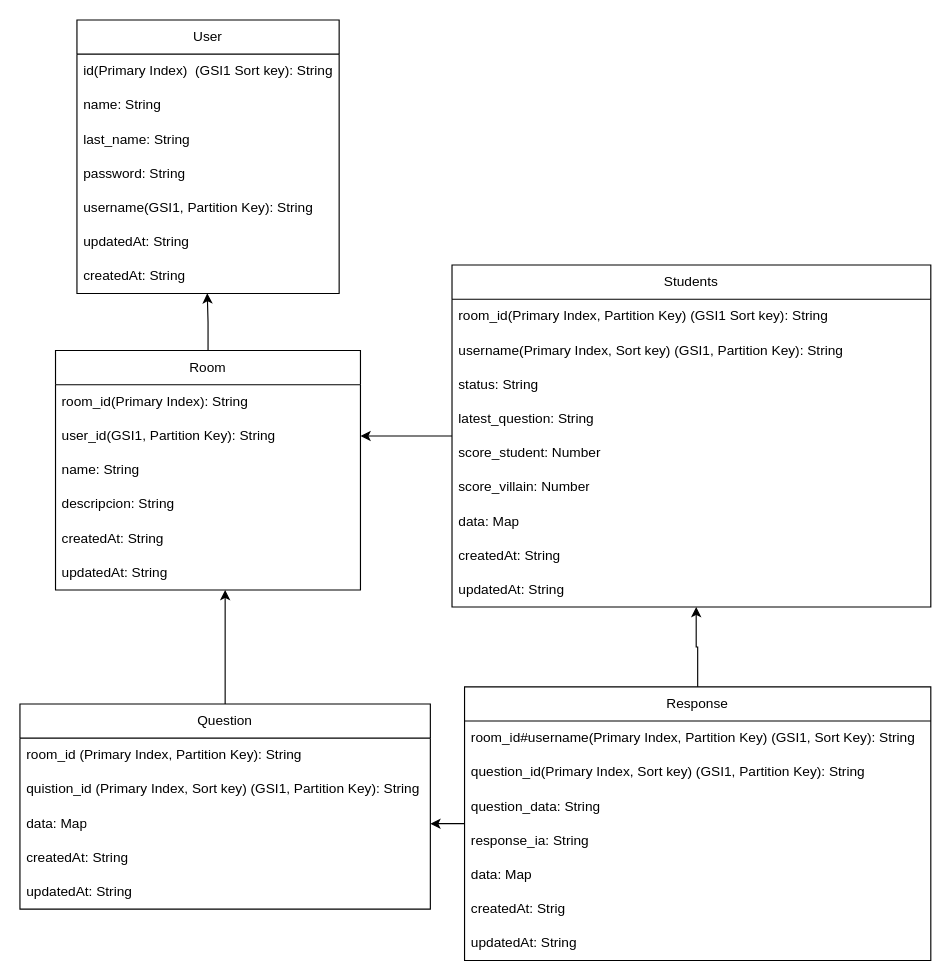
Before: page "Página-3" (3 of 6) of archivos_extras/ArquitecturaBack.drawio in jhimyj/Aula360, a draw.io diagram. Source tidied: cells renumbered, new cells numbered last; positions are measured from the earlier drawing's top-left corner, leaving out a move shared by most shapes. Both pictures are drawn from the tidied source at 114%, with x=0, y=0 at pixel (19, 19).
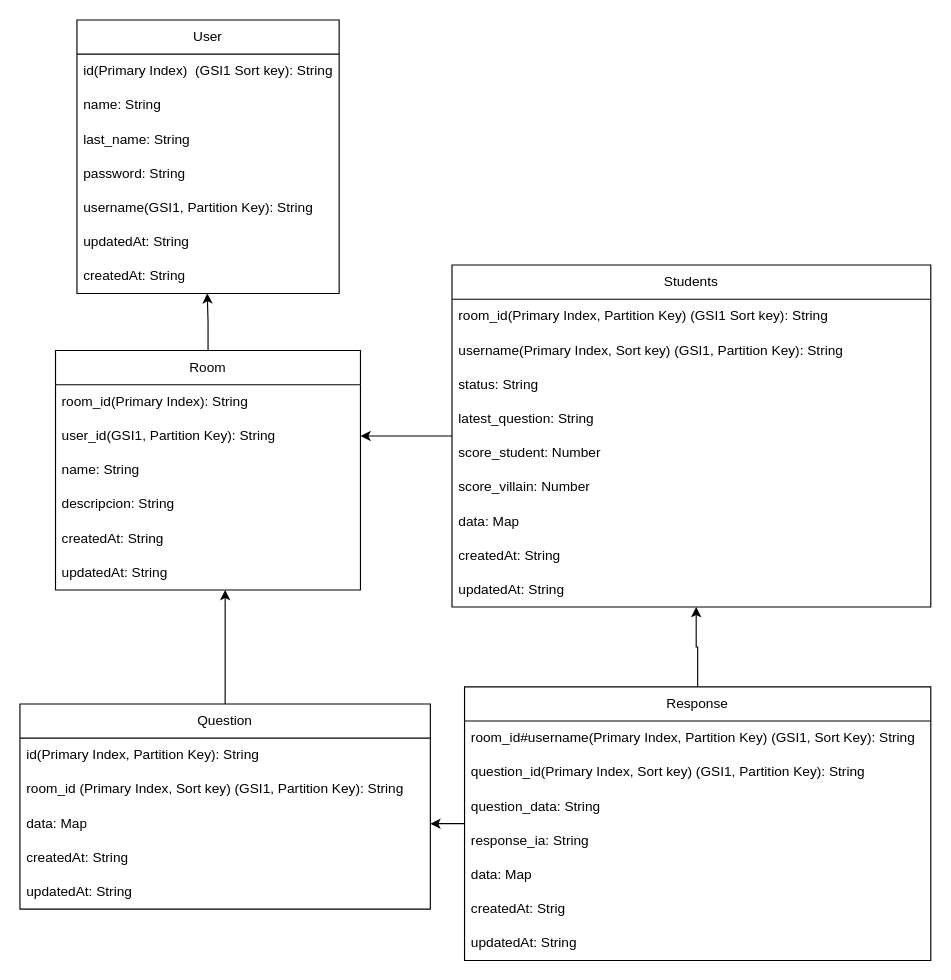
After the change.

The change refers to these unchanged cells:
```xml
<mxCell id="17" value="Question" style="swimlane;fontStyle=0;horizontal=1;startSize=30;whiteSpace=wrap;html=1;" parent="1" vertex="1">
  <mxGeometry y="600" width="360" height="180" as="geometry" />
</mxCell>
```

What changed in the source:
```diff
@@
-    <mxCell id="18" value="room_id (Primary Index, Partition Key): String" style="text;strokeColor=none;fillColor=none;align=left;verticalAlign=middle;spacingLeft=4;spacingRight=4;overflow=hidden;whiteSpace=wrap;html=1;" parent="17" vertex="1">
+    <mxCell id="18" value="id(Primary Index, Partition Key): String" style="text;strokeColor=none;fillColor=none;align=left;verticalAlign=middle;spacingLeft=4;spacingRight=4;overflow=hidden;whiteSpace=wrap;html=1;" parent="17" vertex="1">
       <mxGeometry y="30" width="360" height="30" as="geometry" />
     </mxCell>
-    <mxCell id="19" value="quistion_id (Primary Index, Sort key) (GSI1, Partition Key): String&amp;nbsp;" style="text;strokeColor=none;fillColor=none;align=left;verticalAlign=middle;spacingLeft=4;spacingRight=4;overflow=hidden;whiteSpace=wrap;html=1;" parent="17" vertex="1">
+    <mxCell id="19" value="room_id&amp;nbsp;(Primary Index, Sort key) (GSI1, Partition Key): String&amp;nbsp;" style="text;strokeColor=none;fillColor=none;align=left;verticalAlign=middle;spacingLeft=4;spacingRight=4;overflow=hidden;whiteSpace=wrap;html=1;" parent="17" vertex="1">
       <mxGeometry y="60" width="360" height="30" as="geometry" />
     </mxCell>
```
